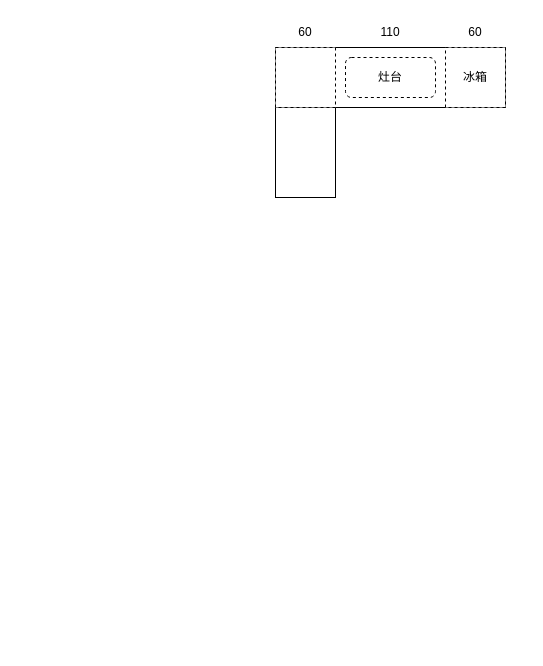
The draw.io diagram wiz/CF.drawio in smileLuckBoy/drowio, before the edit. Source tidied: cells renumbered, new cells numbered last; positions are measured from the earlier drawing's top-left corner, leaving out a move shared by most shapes. Both pictures are drawn from the tidied source at 100%, with x=0, y=0 at pixel (275, 17).
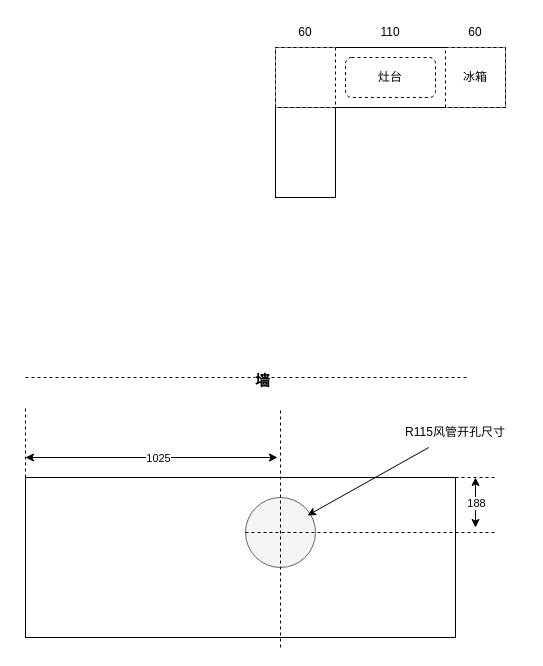
After the change.

Change to the diagram source:
```diff
@@
+    <mxCell id="10" style="rounded=0;whiteSpace=wrap;html=1;align=left;verticalAlign=top;fontStyle=1;" parent="1" vertex="1">
+      <mxGeometry x="-250" y="460" width="430" height="160" as="geometry" />
+    </mxCell>
+    <mxCell id="11" style="ellipse;whiteSpace=wrap;html=1;fillColor=#f5f5f5;fontColor=#333333;strokeColor=#666666;" parent="1" vertex="1">
+      <mxGeometry x="-30" y="480" width="70" height="70" as="geometry" />
+    </mxCell>
+    <mxCell id="12" style="endArrow=none;dashed=1;html=1;rounded=0;exitX=0;exitY=0;exitDx=0;exitDy=0;" parent="1" edge="1" source="10">
+      <mxGeometry relative="1" as="geometry">
+        <mxPoint x="-250" y="390" as="targetPoint" />
+      </mxGeometry>
+    </mxCell>
+    <mxCell id="13" style="endArrow=none;dashed=1;html=1;rounded=0;" parent="1" edge="1">
+      <mxGeometry relative="1" as="geometry">
+        <mxPoint x="5" y="630" as="sourcePoint" />
+        <mxPoint x="5" y="390" as="targetPoint" />
+      </mxGeometry>
+    </mxCell>
+    <mxCell id="14" style="endArrow=none;dashed=1;html=1;rounded=0;exitX=0;exitY=0.5;exitDx=0;exitDy=0;" parent="1" edge="1" source="11">
+      <mxGeometry relative="1" as="geometry">
+        <mxPoint x="220" y="515" as="targetPoint" />
+      </mxGeometry>
+    </mxCell>
+    <mxCell id="15" style="endArrow=none;dashed=1;html=1;rounded=0;exitX=0.873;exitY=0.024;exitDx=0;exitDy=0;exitPerimeter=0;" parent="1" edge="1">
+      <mxGeometry relative="1" as="geometry">
+        <mxPoint x="180" y="460" as="sourcePoint" />
+        <mxPoint x="220" y="460" as="targetPoint" />
+      </mxGeometry>
+    </mxCell>
+    <mxCell id="16" style="endArrow=classic;startArrow=classic;html=1;rounded=0;" parent="1" edge="1">
+      <mxGeometry relative="1" as="geometry">
+        <mxPoint x="-250" y="440" as="sourcePoint" />
+        <mxPoint x="2" y="440" as="targetPoint" />
+      </mxGeometry>
+    </mxCell>
+    <mxCell id="17" value="1025" style="edgeLabel;html=1;align=center;verticalAlign=middle;" parent="16" vertex="1">
+      <mxGeometry x="0.05" relative="1" as="geometry" />
+    </mxCell>
+    <mxCell id="18" style="endArrow=classic;startArrow=classic;html=1;rounded=0;" parent="1" edge="1">
+      <mxGeometry relative="1" as="geometry">
+        <mxPoint x="200" y="510" as="sourcePoint" />
+        <mxPoint x="200" y="460" as="targetPoint" />
+      </mxGeometry>
+    </mxCell>
+    <mxCell id="19" value="188" style="edgeLabel;html=1;align=center;verticalAlign=middle;" parent="18" vertex="1">
+      <mxGeometry x="-0.02" relative="1" as="geometry" />
+    </mxCell>
+    <mxCell id="20" style="endArrow=classic;html=1;rounded=0;entryX=0.886;entryY=0.257;entryDx=0;entryDy=0;entryPerimeter=0;" parent="1" edge="1" source="21" target="11">
+      <mxGeometry relative="1" as="geometry" />
+    </mxCell>
+    <mxCell id="21" value="R115风管开孔尺寸" style="text;html=1;align=center;verticalAlign=middle;whiteSpace=wrap;rounded=0;labelBorderColor=none;" parent="1" vertex="1">
+      <mxGeometry x="110" y="400" width="140" height="30" as="geometry" />
+    </mxCell>
+    <mxCell id="22" style="endArrow=none;dashed=1;html=1;rounded=0;" parent="1" edge="1">
+      <mxGeometry relative="1" as="geometry">
+        <mxPoint x="-250" y="360" as="sourcePoint" />
+        <mxPoint x="191.7" y="360" as="targetPoint" />
+      </mxGeometry>
+    </mxCell>
+    <mxCell id="23" value="&lt;b&gt;&lt;font style=&quot;font-size: 15px;&quot;&gt;墙&lt;/font&gt;&lt;/b&gt;" style="edgeLabel;html=1;align=center;verticalAlign=middle;" parent="22" vertex="1">
+      <mxGeometry x="0.07" y="-2" relative="1" as="geometry" />
+    </mxCell>
```
